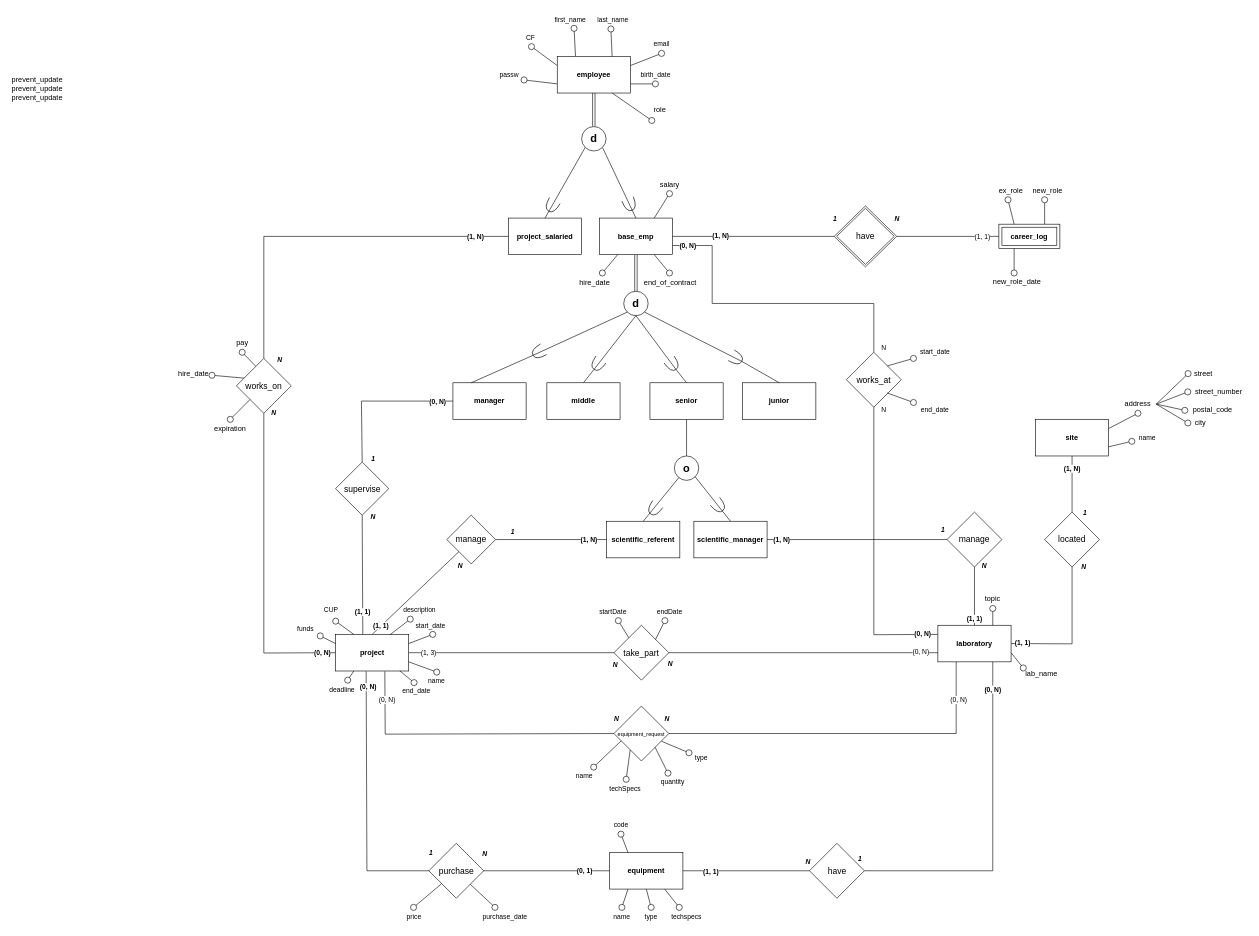
roberto-ingenito-progetto-OO-BD/progetto_OO_BD keeps this draw.io diagram as schemi/concettualeER.drawio. Above is the earlier version. Source tidied: cells renumbered, new cells numbered last; positions are measured from the earlier drawing's top-left corner, leaving out a move shared by most shapes. Both pictures are drawn from the tidied source at 61%, with x=0, y=0 at pixel (10, 10).
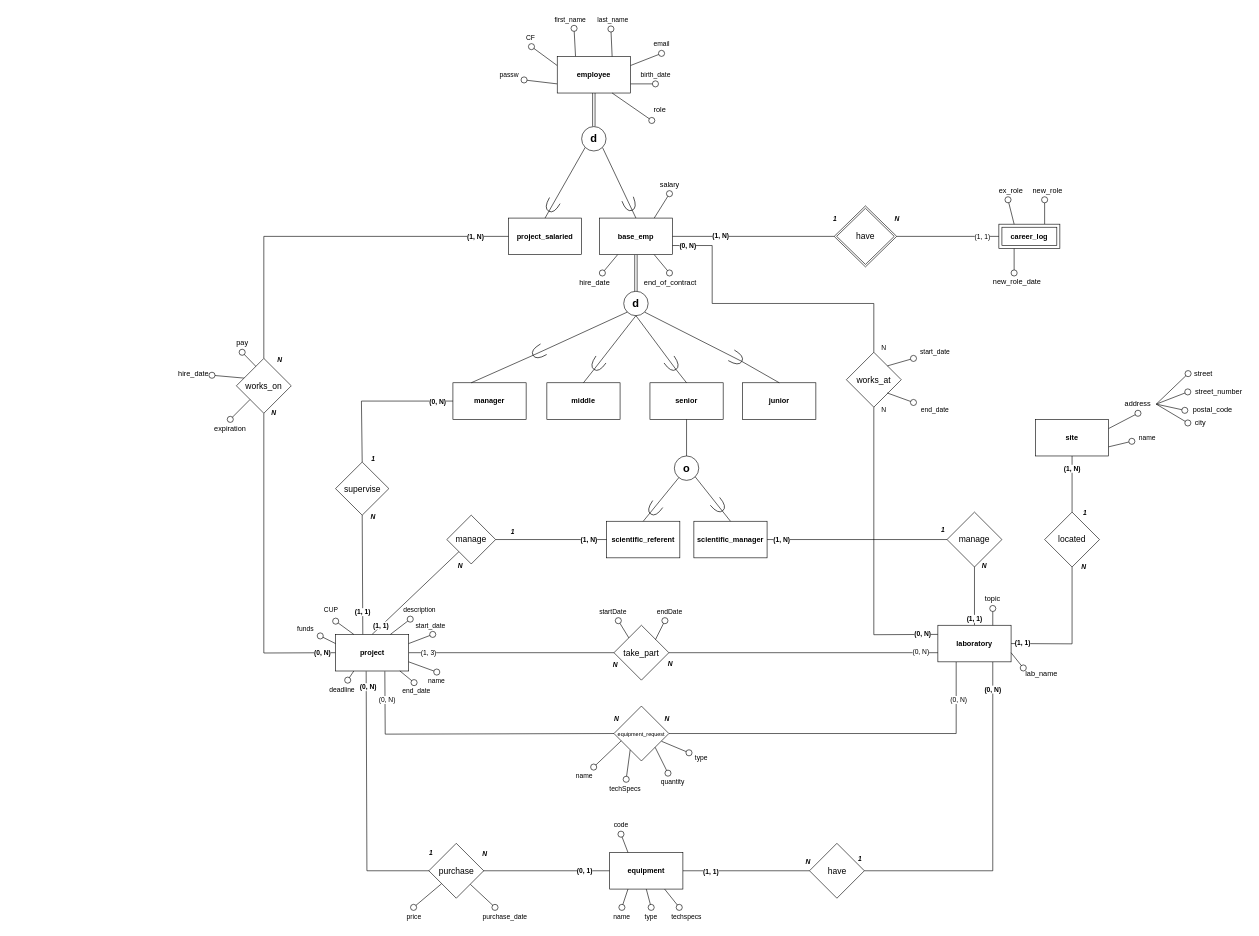
The same page after the edit.

What changed in the source:
```diff
@@
-    <mxCell id="200" value="prevent_update&#10;prevent_update&#10;prevent_update" style="text;whiteSpace=wrap;html=1;" parent="1" vertex="1">
-      <mxGeometry y="100" width="120" height="70" as="geometry" />
-    </mxCell>
```
